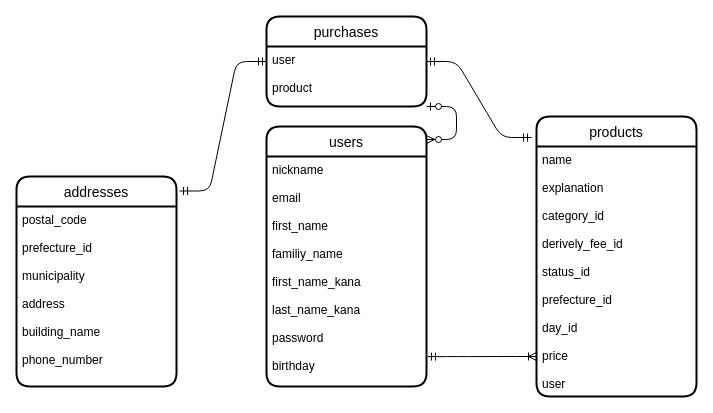
The draw.io diagram page "ページ1" (1 of 2) of app/ER.dio in devjohony/furima-37766, before the edit. Source tidied: cells renumbered, new cells numbered last; positions are measured from the earlier drawing's top-left corner, leaving out a move shared by most shapes. Both pictures are drawn from the tidied source at 100%, with x=0, y=0 at pixel (16, 16).
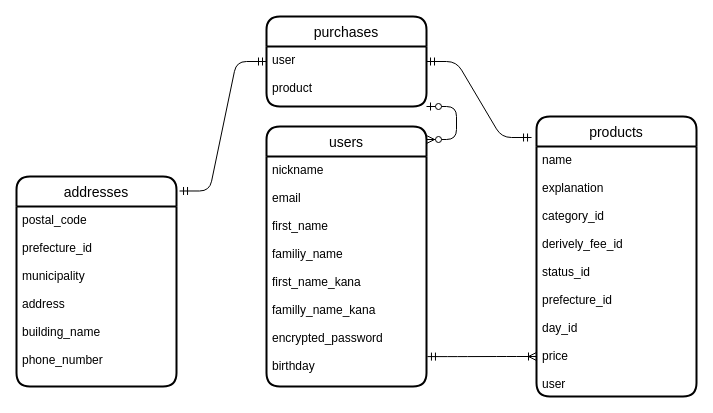
The same diagram, later.

Diff of the diagram source:
```diff
@@
 <mxGraphModel>
   <root>
     <mxCell id="0" />
     <mxCell id="1" parent="0" />
     <mxCell id="2" value="users" style="swimlane;horizontal=1;startSize=30;rounded=1;fontSize=14;fontStyle=0;strokeWidth=2;shadow=0;dashed=0;align=center;" parent="1" vertex="1">
       <mxGeometry x="250" y="110" width="160" height="260" as="geometry" />
     </mxCell>
-    <mxCell id="3" value="nickname&#10;&#10;email&#10;&#10;first_name&#10;&#10;familiy_name&#10;&#10;first_name_kana&#10;&#10;last_name_kana&#10;&#10;password&#10;&#10;birthday" style="align=left;strokeColor=none;fillColor=none;spacingLeft=4;fontSize=12;verticalAlign=top;shadow=1;" parent="2" vertex="1">
+    <mxCell id="3" value="nickname&#10;&#10;email&#10;&#10;first_name&#10;&#10;familiy_name&#10;&#10;first_name_kana&#10;&#10;familly_name_kana&#10;&#10;encrypted_password&#10;&#10;birthday" style="align=left;strokeColor=none;fillColor=none;spacingLeft=4;fontSize=12;verticalAlign=top;shadow=1;" parent="2" vertex="1">
       <mxGeometry y="30" width="160" height="230" as="geometry" />
     </mxCell>
     <mxCell id="4" value="purchases" style="swimlane;horizontal=1;startSize=30;rounded=1;fontSize=14;fontStyle=0;strokeWidth=2;shadow=0;dashed=0;align=center;" parent="1" vertex="1">
       <mxGeometry x="250" width="160" height="90" as="geometry" />
     </mxCell>
     <mxCell id="5" value="user&#10;&#10;product" style="align=left;strokeColor=none;fillColor=none;spacingLeft=4;fontSize=12;verticalAlign=top;shadow=1;" parent="4" vertex="1">
       <mxGeometry y="30" width="160" height="60" as="geometry" />
     </mxCell>
     <mxCell id="6" value="addresses" style="swimlane;horizontal=1;startSize=30;rounded=1;fontSize=14;fontStyle=0;strokeWidth=2;shadow=0;dashed=0;align=center;" parent="1" vertex="1">
       <mxGeometry y="160" width="160" height="210" as="geometry" />
     </mxCell>
     <mxCell id="7" value="postal_code&#10;&#10;prefecture_id&#10;&#10;municipality&#10;&#10;address&#10;&#10;building_name&#10;&#10;phone_number&#10;" style="align=left;strokeColor=none;fillColor=none;spacingLeft=4;fontSize=12;verticalAlign=top;shadow=1;" parent="6" vertex="1">
       <mxGeometry y="30" width="160" height="180" as="geometry" />
     </mxCell>
     <mxCell id="8" value="products" style="swimlane;horizontal=1;startSize=30;rounded=1;fontSize=14;fontStyle=0;strokeWidth=2;shadow=0;dashed=0;align=center;" parent="1" vertex="1">
       <mxGeometry x="520" y="100" width="160" height="280" as="geometry" />
     </mxCell>
     <mxCell id="9" value="name&#10;&#10;explanation&#10;&#10;category_id&#10;&#10;derively_fee_id&#10;&#10;status_id&#10;&#10;prefecture_id&#10;&#10;day_id&#10;&#10;price&#10;&#10;user" style="align=left;strokeColor=none;fillColor=none;spacingLeft=4;fontSize=12;verticalAlign=top;shadow=1;" parent="8" vertex="1">
       <mxGeometry y="30" width="160" height="250" as="geometry" />
     </mxCell>
     <mxCell id="10" style="edgeStyle=entityRelationEdgeStyle;fontSize=12;html=1;endArrow=ERoneToMany;startArrow=ERmandOne;entryX=0;entryY=0.84;entryDx=0;entryDy=0;entryPerimeter=0;exitX=1.006;exitY=0.87;exitDx=0;exitDy=0;exitPerimeter=0;" parent="1" edge="1" source="3" target="9">
       <mxGeometry relative="1" as="geometry" />
     </mxCell>
     <mxCell id="11" style="edgeStyle=entityRelationEdgeStyle;fontSize=12;html=1;endArrow=ERmandOne;startArrow=ERmandOne;exitX=1;exitY=0.25;exitDx=0;exitDy=0;entryX=-0.031;entryY=0.075;entryDx=0;entryDy=0;entryPerimeter=0;" parent="1" edge="1" source="5" target="8">
       <mxGeometry relative="1" as="geometry" />
     </mxCell>
     <mxCell id="12" style="edgeStyle=entityRelationEdgeStyle;fontSize=12;html=1;endArrow=ERmandOne;startArrow=ERmandOne;entryX=0;entryY=0.5;entryDx=0;entryDy=0;exitX=1.019;exitY=0.069;exitDx=0;exitDy=0;exitPerimeter=0;" parent="1" edge="1" source="6" target="4">
       <mxGeometry relative="1" as="geometry" />
     </mxCell>
     <mxCell id="13" style="edgeStyle=entityRelationEdgeStyle;fontSize=12;html=1;endArrow=ERzeroToMany;startArrow=ERzeroToOne;exitX=1;exitY=1;exitDx=0;exitDy=0;entryX=1;entryY=0.05;entryDx=0;entryDy=0;entryPerimeter=0;" parent="1" edge="1" source="5" target="2">
       <mxGeometry relative="1" as="geometry" />
     </mxCell>
   </root>
 </mxGraphModel>
```
